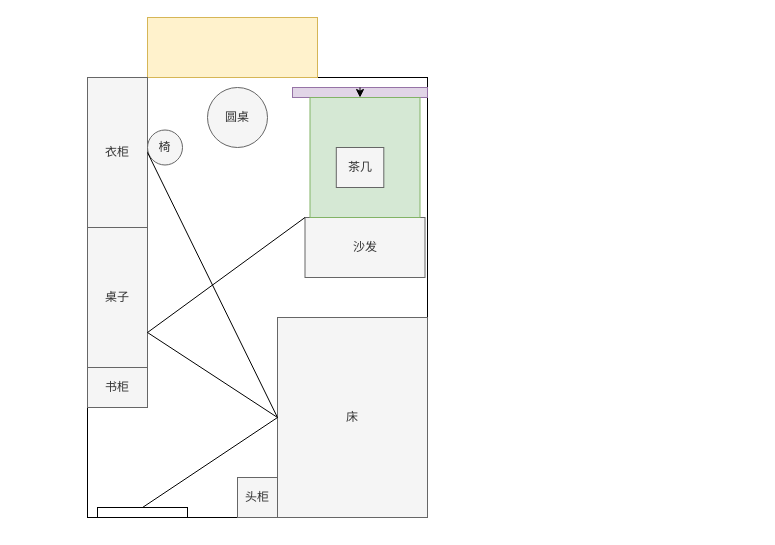
Rightglow/easy_timer keeps this draw.io diagram as Untitled Diagram.drawio. Above is the earlier version. Source tidied: cells renumbered, new cells numbered last; positions are measured from the earlier drawing's top-left corner, leaving out a move shared by most shapes. Both pictures are drawn from the tidied source at 100%, with x=0, y=0 at pixel (87, 17).
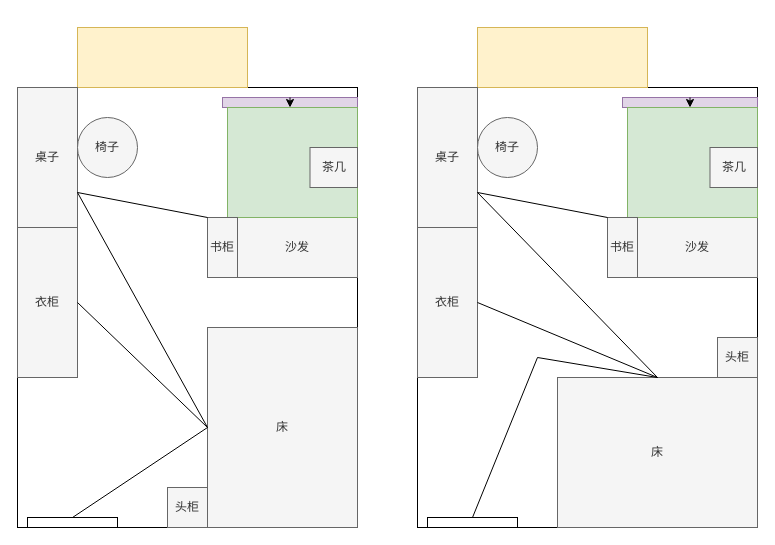
Above is the later version.

Change to the diagram source:
```diff
@@
     <mxCell id="2" style="rounded=0;whiteSpace=wrap;html=1;" parent="1" vertex="1">
-      <mxGeometry y="60" width="340" height="440" as="geometry" />
+      <mxGeometry x="-70" y="70" width="340" height="440" as="geometry" />
     </mxCell>
     <mxCell id="3" style="rounded=0;whiteSpace=wrap;html=1;fillColor=#fff2cc;strokeColor=#d6b656;" parent="1" vertex="1">
-      <mxGeometry x="60" width="170" height="60" as="geometry" />
+      <mxGeometry x="-10" y="10" width="170" height="60" as="geometry" />
     </mxCell>
     <mxCell id="4" value="衣柜" style="rounded=0;whiteSpace=wrap;html=1;fillColor=#f5f5f5;fontColor=#333333;strokeColor=#666666;direction=west;" parent="1" vertex="1">
-      <mxGeometry y="60" width="60" height="150" as="geometry" />
+      <mxGeometry x="-70" y="210" width="60" height="150" as="geometry" />
     </mxCell>
-    <mxCell id="5" value="床" style="rounded=0;whiteSpace=wrap;html=1;fillColor=#f5f5f5;fontColor=#333333;strokeColor=#666666;direction=south;" parent="1" vertex="1">
-      <mxGeometry x="190" y="300" width="150" height="200" as="geometry" />
+    <mxCell id="5" value="床" style="rounded=0;whiteSpace=wrap;html=1;fillColor=#f5f5f5;fontColor=#333333;strokeColor=#666666;direction=north;" parent="1" vertex="1">
+      <mxGeometry x="120" y="310" width="150" height="200" as="geometry" />
     </mxCell>
     <mxCell id="6" style="rounded=0;whiteSpace=wrap;html=1;" parent="1" vertex="1">
-      <mxGeometry x="10" y="490" width="90" height="10" as="geometry" />
+      <mxGeometry x="-60" y="500" width="90" height="10" as="geometry" />
     </mxCell>
-    <mxCell id="7" value="书柜" style="rounded=0;whiteSpace=wrap;html=1;fillColor=#f5f5f5;fontColor=#333333;strokeColor=#666666;" parent="1" vertex="1">
-      <mxGeometry y="350" width="60" height="40" as="geometry" />
-    </mxCell>
     <mxCell id="8" value="桌子" style="rounded=0;whiteSpace=wrap;html=1;fillColor=#f5f5f5;fontColor=#333333;strokeColor=#666666;direction=south;" parent="1" vertex="1">
-      <mxGeometry y="210" width="60" height="140" as="geometry" />
+      <mxGeometry x="-70" y="70" width="60" height="140" as="geometry" />
     </mxCell>
-    <mxCell id="9" value="椅" style="ellipse;whiteSpace=wrap;html=1;fillColor=#f5f5f5;fontColor=#333333;strokeColor=#666666;" parent="1" vertex="1">
-      <mxGeometry x="60" y="112.5" width="35" height="35" as="geometry" />
-    </mxCell>
     <mxCell id="10" value="头柜" style="rounded=0;whiteSpace=wrap;html=1;fillColor=#f5f5f5;fontColor=#333333;strokeColor=#666666;" parent="1" vertex="1">
-      <mxGeometry x="150" y="460" width="40" height="40" as="geometry" />
+      <mxGeometry x="80" y="470" width="40" height="40" as="geometry" />
     </mxCell>
     <mxCell id="11" style="rounded=0;whiteSpace=wrap;html=1;fillColor=#e1d5e7;strokeColor=#9673a6;direction=north;" parent="1" vertex="1">
-      <mxGeometry x="205" y="70" width="135" height="10" as="geometry" />
+      <mxGeometry x="135" y="80" width="135" height="10" as="geometry" />
     </mxCell>
     <mxCell id="12" value="沙发" style="rounded=0;whiteSpace=wrap;html=1;fillColor=#f5f5f5;fontColor=#333333;strokeColor=#666666;direction=south;" parent="1" vertex="1">
-      <mxGeometry x="217.5" y="200" width="120" height="60" as="geometry" />
+      <mxGeometry x="150" y="200" width="120" height="60" as="geometry" />
     </mxCell>
     <mxCell id="13" style="rounded=0;whiteSpace=wrap;html=1;fillColor=#d5e8d4;strokeColor=#82b366;" parent="1" vertex="1">
-      <mxGeometry x="222.5" y="80" width="110" height="120" as="geometry" />
+      <mxGeometry x="140" y="90" width="130" height="110" as="geometry" />
     </mxCell>
@@
-    <mxCell id="15" style="endArrow=none;html=1;rounded=0;entryX=0.5;entryY=1;entryDx=0;entryDy=0;exitX=0.5;exitY=0;exitDx=0;exitDy=0;" parent="1" edge="1" source="6" target="5">
+    <mxCell id="15" style="endArrow=none;html=1;rounded=0;entryX=0.5;entryY=0;entryDx=0;entryDy=0;exitX=0.5;exitY=0;exitDx=0;exitDy=0;" parent="1" edge="1" source="6" target="5">
       <mxGeometry relative="1" as="geometry" />
     </mxCell>
-    <mxCell id="16" style="endArrow=none;html=1;rounded=0;exitX=0;exitY=0.5;exitDx=0;exitDy=0;" parent="1" edge="1" source="4">
-      <mxGeometry relative="1" as="geometry">
-        <mxPoint x="190" y="400" as="targetPoint" />
-      </mxGeometry>
+    <mxCell id="16" style="endArrow=none;html=1;rounded=0;exitX=0;exitY=0.5;exitDx=0;exitDy=0;entryX=0.5;entryY=0;entryDx=0;entryDy=0;" parent="1" edge="1" source="4" target="5">
+      <mxGeometry relative="1" as="geometry" />
     </mxCell>
-    <mxCell id="17" style="endArrow=none;html=1;rounded=0;exitX=0.75;exitY=0;exitDx=0;exitDy=0;" parent="1" edge="1" source="8">
-      <mxGeometry relative="1" as="geometry">
-        <mxPoint x="190" y="400" as="targetPoint" />
-      </mxGeometry>
+    <mxCell id="17" style="endArrow=none;html=1;rounded=0;exitX=0.75;exitY=0;exitDx=0;exitDy=0;entryX=0.5;entryY=0;entryDx=0;entryDy=0;" parent="1" edge="1" source="8" target="5">
+      <mxGeometry relative="1" as="geometry" />
     </mxCell>
-    <mxCell id="18" style="endArrow=none;html=1;rounded=0;exitX=0.75;exitY=0;exitDx=0;exitDy=0;entryX=0;entryY=1;entryDx=0;entryDy=0;" parent="1" edge="1" source="8" target="12">
-      <mxGeometry relative="1" as="geometry" />
-    </mxCell>
     <mxCell id="19" value="茶几" style="rounded=0;whiteSpace=wrap;html=1;fillColor=#f5f5f5;fontColor=#333333;strokeColor=#666666;" parent="1" vertex="1">
-      <mxGeometry x="248.8" y="130" width="47.5" height="40" as="geometry" />
+      <mxGeometry x="222.5" y="130" width="47.5" height="40" as="geometry" />
     </mxCell>
-    <mxCell id="20" value="圆桌" style="ellipse;whiteSpace=wrap;html=1;fillColor=#f5f5f5;fontColor=#333333;strokeColor=#666666;" parent="1" vertex="1">
-      <mxGeometry x="120" y="70" width="60" height="60" as="geometry" />
+    <mxCell id="20" value="椅子" style="ellipse;whiteSpace=wrap;html=1;fillColor=#f5f5f5;fontColor=#333333;strokeColor=#666666;" parent="1" vertex="1">
+      <mxGeometry x="-10" y="100" width="60" height="60" as="geometry" />
     </mxCell>
+    <mxCell id="7" value="书柜" style="rounded=0;whiteSpace=wrap;html=1;fillColor=#f5f5f5;fontColor=#333333;strokeColor=#666666;direction=south;" parent="1" vertex="1">
+      <mxGeometry x="120" y="200" width="30" height="60" as="geometry" />
+    </mxCell>
+    <mxCell id="21" style="endArrow=none;html=1;rounded=0;exitX=0.75;exitY=0;exitDx=0;exitDy=0;entryX=0;entryY=1;entryDx=0;entryDy=0;" parent="1" edge="1" source="8" target="7">
+      <mxGeometry relative="1" as="geometry" />
+    </mxCell>
+    <mxCell id="22" style="rounded=0;whiteSpace=wrap;html=1;" parent="1" vertex="1">
+      <mxGeometry x="330" y="70" width="340" height="440" as="geometry" />
+    </mxCell>
+    <mxCell id="23" style="rounded=0;whiteSpace=wrap;html=1;fillColor=#fff2cc;strokeColor=#d6b656;" parent="1" vertex="1">
+      <mxGeometry x="390" y="10" width="170" height="60" as="geometry" />
+    </mxCell>
+    <mxCell id="24" value="衣柜" style="rounded=0;whiteSpace=wrap;html=1;fillColor=#f5f5f5;fontColor=#333333;strokeColor=#666666;direction=west;" parent="1" vertex="1">
+      <mxGeometry x="330" y="210" width="60" height="150" as="geometry" />
+    </mxCell>
+    <mxCell id="25" value="床" style="rounded=0;whiteSpace=wrap;html=1;fillColor=#f5f5f5;fontColor=#333333;strokeColor=#666666;direction=east;" parent="1" vertex="1">
+      <mxGeometry x="470" y="360" width="200" height="150" as="geometry" />
+    </mxCell>
+    <mxCell id="26" style="rounded=0;whiteSpace=wrap;html=1;" parent="1" vertex="1">
+      <mxGeometry x="340" y="500" width="90" height="10" as="geometry" />
+    </mxCell>
+    <mxCell id="27" value="桌子" style="rounded=0;whiteSpace=wrap;html=1;fillColor=#f5f5f5;fontColor=#333333;strokeColor=#666666;direction=south;" parent="1" vertex="1">
+      <mxGeometry x="330" y="70" width="60" height="140" as="geometry" />
+    </mxCell>
+    <mxCell id="28" value="头柜" style="rounded=0;whiteSpace=wrap;html=1;fillColor=#f5f5f5;fontColor=#333333;strokeColor=#666666;" parent="1" vertex="1">
+      <mxGeometry x="630" y="320" width="40" height="40" as="geometry" />
+    </mxCell>
+    <mxCell id="29" style="rounded=0;whiteSpace=wrap;html=1;fillColor=#e1d5e7;strokeColor=#9673a6;direction=north;" parent="1" vertex="1">
+      <mxGeometry x="535" y="80" width="135" height="10" as="geometry" />
+    </mxCell>
+    <mxCell id="30" value="沙发" style="rounded=0;whiteSpace=wrap;html=1;fillColor=#f5f5f5;fontColor=#333333;strokeColor=#666666;direction=south;" parent="1" vertex="1">
+      <mxGeometry x="550" y="200" width="120" height="60" as="geometry" />
+    </mxCell>
+    <mxCell id="31" style="rounded=0;whiteSpace=wrap;html=1;fillColor=#d5e8d4;strokeColor=#82b366;" parent="1" vertex="1">
+      <mxGeometry x="540" y="90" width="130" height="110" as="geometry" />
+    </mxCell>
+    <mxCell id="32" style="edgeStyle=orthogonalEdgeStyle;rounded=0;orthogonalLoop=1;jettySize=auto;html=1;exitX=1;exitY=0.5;exitDx=0;exitDy=0;entryX=0;entryY=0.5;entryDx=0;entryDy=0;" parent="1" edge="1" source="29" target="29">
+      <mxGeometry relative="1" as="geometry" />
+    </mxCell>
+    <mxCell id="33" style="endArrow=none;html=1;rounded=0;entryX=0.5;entryY=0;entryDx=0;entryDy=0;exitX=0.5;exitY=0;exitDx=0;exitDy=0;" parent="1" edge="1" source="26" target="25">
+      <mxGeometry relative="1" as="geometry">
+        <Array as="points">
+          <mxPoint x="450" y="340" />
+        </Array>
+      </mxGeometry>
+    </mxCell>
+    <mxCell id="34" style="endArrow=none;html=1;rounded=0;exitX=0;exitY=0.5;exitDx=0;exitDy=0;entryX=0.5;entryY=0;entryDx=0;entryDy=0;" parent="1" edge="1" source="24" target="25">
+      <mxGeometry relative="1" as="geometry" />
+    </mxCell>
+    <mxCell id="35" style="endArrow=none;html=1;rounded=0;exitX=0.75;exitY=0;exitDx=0;exitDy=0;entryX=0.5;entryY=0;entryDx=0;entryDy=0;" parent="1" edge="1" source="27" target="25">
+      <mxGeometry relative="1" as="geometry" />
+    </mxCell>
+    <mxCell id="36" value="茶几" style="rounded=0;whiteSpace=wrap;html=1;fillColor=#f5f5f5;fontColor=#333333;strokeColor=#666666;" parent="1" vertex="1">
+      <mxGeometry x="622.5" y="130" width="47.5" height="40" as="geometry" />
+    </mxCell>
+    <mxCell id="37" value="椅子" style="ellipse;whiteSpace=wrap;html=1;fillColor=#f5f5f5;fontColor=#333333;strokeColor=#666666;" parent="1" vertex="1">
+      <mxGeometry x="390" y="100" width="60" height="60" as="geometry" />
+    </mxCell>
+    <mxCell id="38" value="书柜" style="rounded=0;whiteSpace=wrap;html=1;fillColor=#f5f5f5;fontColor=#333333;strokeColor=#666666;direction=south;" parent="1" vertex="1">
+      <mxGeometry x="520" y="200" width="30" height="60" as="geometry" />
+    </mxCell>
+    <mxCell id="39" style="endArrow=none;html=1;rounded=0;exitX=0.75;exitY=0;exitDx=0;exitDy=0;entryX=0;entryY=1;entryDx=0;entryDy=0;" parent="1" edge="1" source="27" target="38">
+      <mxGeometry relative="1" as="geometry" />
+    </mxCell>
```
